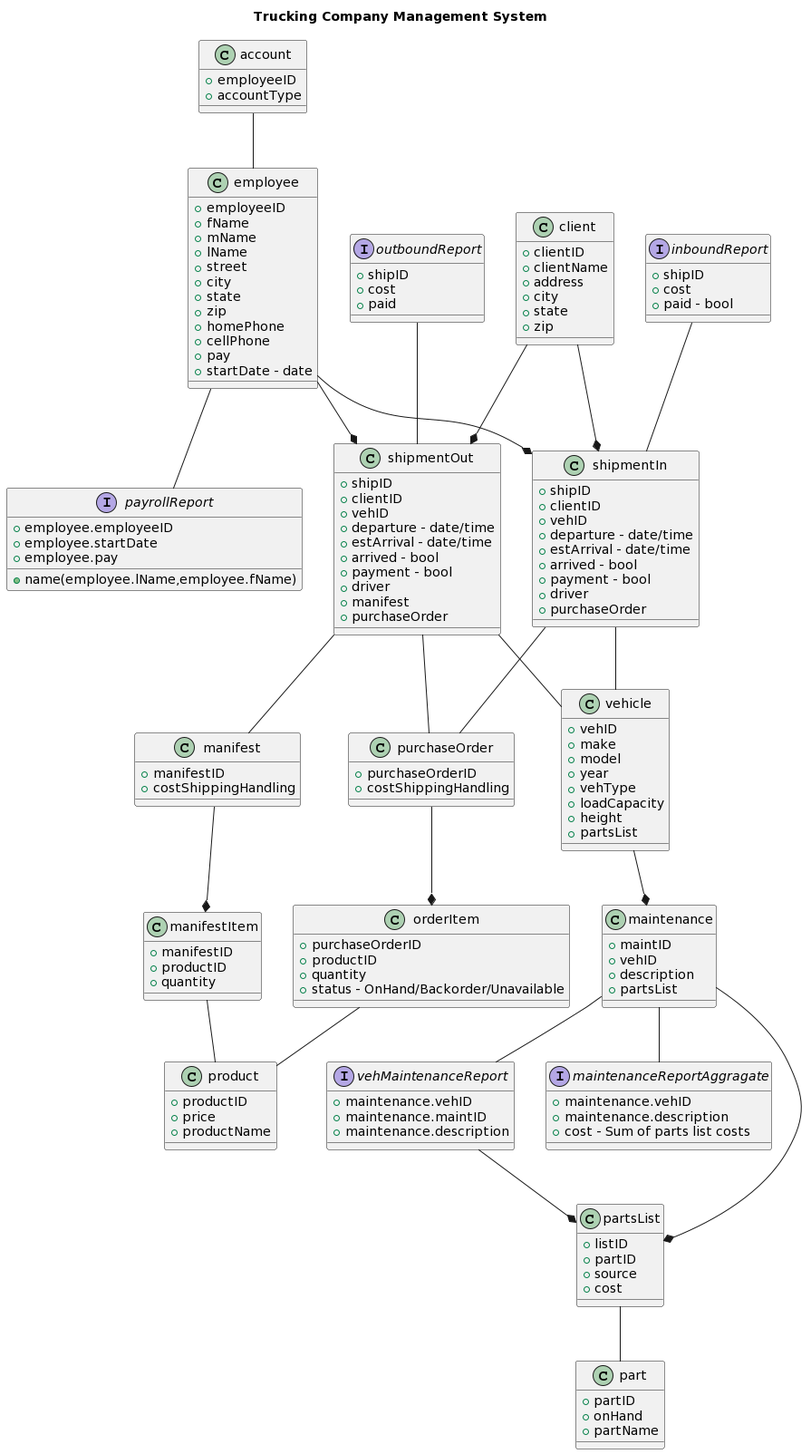
StephenP-AL/CS499-group-7 keeps this PlantUML diagram as planning/relations_UML.png. Above is the earlier version.
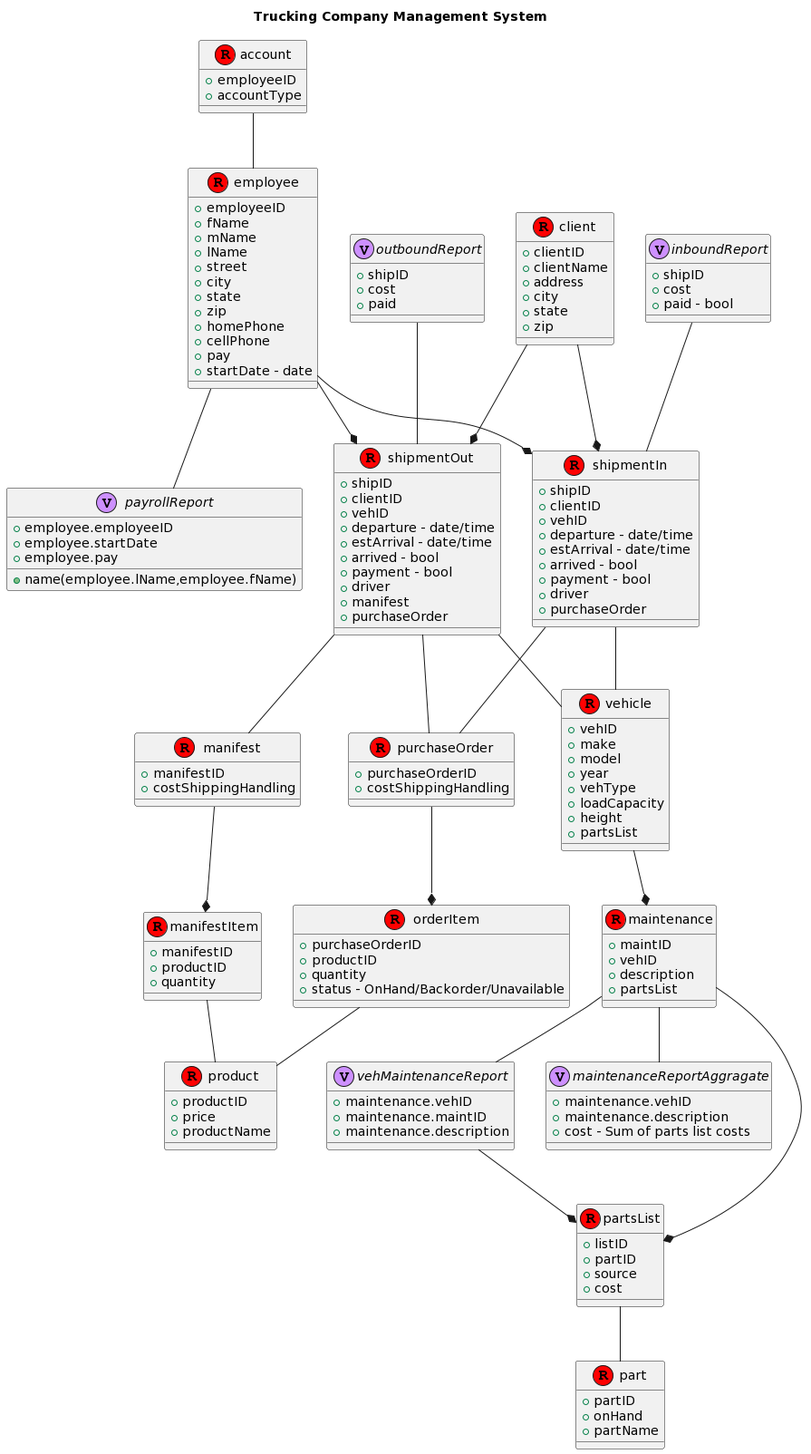
Later version of the same file.

Change to the diagram source:
```diff
@@ -23,7 +23,7 @@
 maintenance -- vehMaintenanceReport
 vehMaintenanceReport --* partsList
 
-class shipmentIn{
+class shipmentIn << (R,#FF0202) >>{
   +shipID
   +clientID
   +vehID
@@ -34,7 +34,7 @@
   +driver
   +purchaseOrder
 }
-class shipmentOut{
+class shipmentOut<< (R,#FF0202) >>{
   +shipID
   +clientID
   +vehID
@@ -46,7 +46,7 @@
   +manifest
   +purchaseOrder
 }
-class client{
+class client<< (R,#FF0202) >>{
   +clientID
   +clientName
   +address
@@ -54,36 +54,36 @@
   +state
   +zip
 }
-class manifest{
+class manifest<< (R,#FF0202) >>{
   +manifestID
   +costShippingHandling
 }
-class purchaseOrder{
+class purchaseOrder<< (R,#FF0202) >>{
   +purchaseOrderID
   +costShippingHandling
 }
-class manifestItem{
+class manifestItem<< (R,#FF0202) >>{
   +manifestID
   +productID
   +quantity
 }
-class orderItem{
+class orderItem<< (R,#FF0202) >>{
   +purchaseOrderID
   +productID
   +quantity
   +status - OnHand/Backorder/Unavailable
 }
-class product{
+class product<< (R,#FF0202) >>{
   +productID
   +price
   +productName
 }
 
-class account {
+class account << (R,#FF0202) >> {
   +employeeID
   +accountType
   }
-class employee{
+class employee << (R,#FF0202) >> {
   +employeeID
   +fName
   +mName
@@ -98,7 +98,7 @@
   +startDate - date
 }
 
-class vehicle{
+class vehicle << (R,#FF0202) >> {
   +vehID
   +make
   +model
@@ -108,51 +108,51 @@
   +height
   +partsList
   }
-class maintenance{
+class maintenance << (R,#FF0202) >> {
   +maintID
   +vehID
   +description
   +partsList
 }
-class partsList{
+class partsList << (R,#FF0202) >> {
   +listID
   +partID
   +source
   +cost
 }
-class part{
+class part<< (R,#FF0202) >>{
   +partID
   +onHand
   +partName
 }
 
-interface payrollReport{
+interface payrollReport << (V,CD90FF) >>{
  +employee.employeeID
  +name(employee.lName,employee.fName)
  +employee.startDate
  +employee.pay
  }
 
-interface maintenanceReportAggragate{
+interface maintenanceReportAggragate << (V,CD90FF) >>{
  +maintenance.vehID
  +maintenance.description
  +cost - Sum of parts list costs
  }
 
-interface vehMaintenanceReport{
+interface vehMaintenanceReport << (V,CD90FF) >>{
 +maintenance.vehID
 +maintenance.maintID
 +maintenance.description
 }
 
-interface inboundReport{
+interface inboundReport << (V,CD90FF) >>{
  +shipID
  +cost
  +paid - bool
  }
 inboundReport -- shipmentIn
 
-interface outboundReport{
+interface outboundReport << (V,CD90FF) >>{
  +shipID
  +cost
  +paid
```
